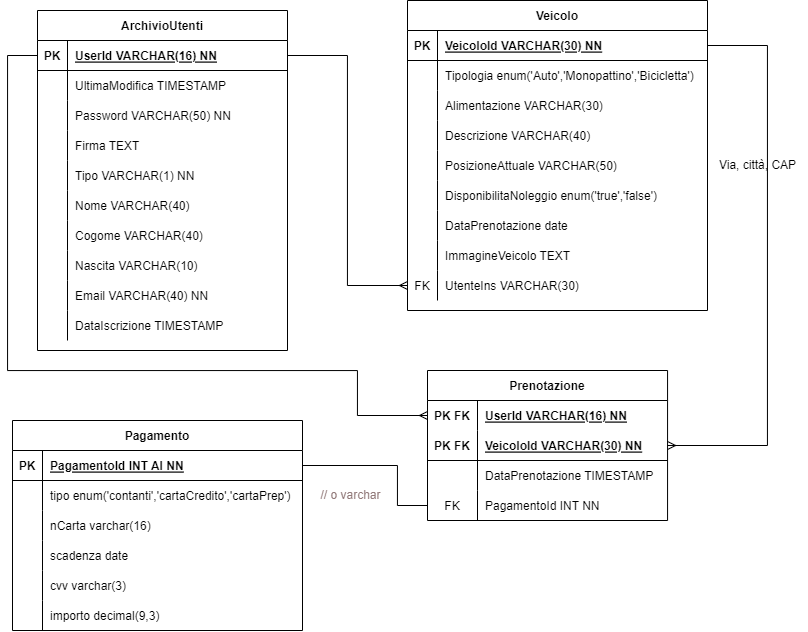
The draw.io diagram spring-vehicle_sharing/ProjectWork.drawio.png in PX-0/Vehicle_Sharing, before a commit. Source tidied: cells renumbered, new cells last; positions are measured from the earlier drawing's top-left corner, leaving out a move shared by most shapes.
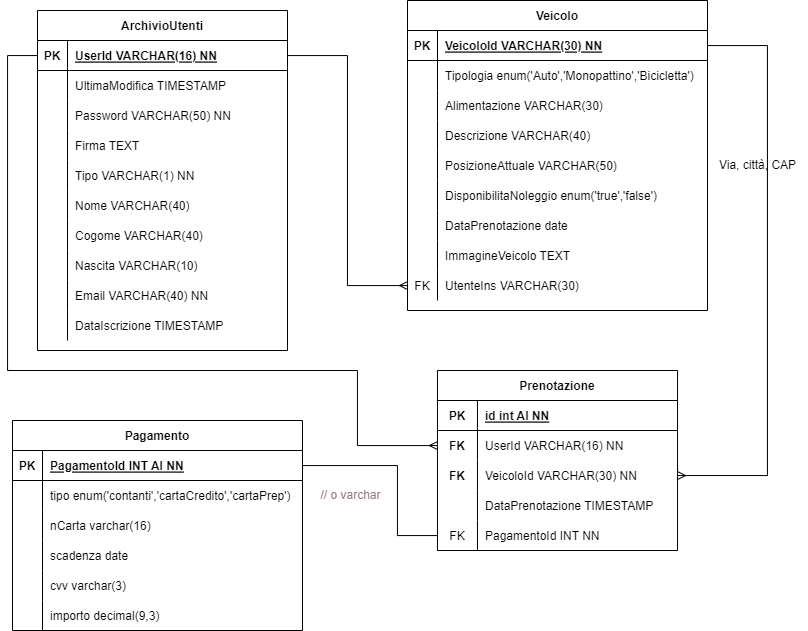
After the change.

Commit message:
dal + logico

The edit, as a diff of the source:
```diff
@@ -185,56 +185,65 @@
           <mxPoint y="55" />
           <mxPoint y="370" />
           <mxPoint x="350" y="370" />
-          <mxPoint x="350" y="415" />
+          <mxPoint x="350" y="445" />
         </Array>
       </mxGeometry>
     </mxCell>
-    <mxCell id="62" style="edgeStyle=orthogonalEdgeStyle;rounded=0;jettySize=auto;html=1;endArrow=ERmany;endFill=0;startArrow=none;" parent="1" edge="1" source="34" target="67">
+    <mxCell id="62" style="edgeStyle=orthogonalEdgeStyle;rounded=0;jettySize=auto;html=1;endArrow=ERmany;endFill=0;startArrow=none;" parent="1" edge="1" source="34" target="99">
       <mxGeometry relative="1" as="geometry">
         <Array as="points">
           <mxPoint x="760" y="45" />
-          <mxPoint x="760" y="445" />
+          <mxPoint x="760" y="475" />
         </Array>
       </mxGeometry>
     </mxCell>
     <mxCell id="63" value="Prenotazione" style="shape=table;startSize=30;rowLines=0;fontStyle=1;align=center;" parent="1" vertex="1">
-      <mxGeometry x="420" y="370" width="240.1" height="150" as="geometry" />
+      <mxGeometry x="430" y="370" width="240.1" height="180" as="geometry" />
     </mxCell>
+    <mxCell id="67" style="shape=tableRow;horizontal=0;startSize=0;swimlaneHead=0;swimlaneBody=0;fillColor=none;points=[[0,0.5],[1,0.5]];portConstraint=eastwest;top=0;left=0;right=0;bottom=1;" parent="63" vertex="1">
+      <mxGeometry y="30" width="240.1" height="30" as="geometry" />
+    </mxCell>
+    <mxCell id="68" value="PK" style="shape=partialRectangle;fillColor=none;top=0;left=0;bottom=0;right=0;fontStyle=1;overflow=hidden;" parent="67" vertex="1">
+      <mxGeometry width="40" height="30" as="geometry" />
+    </mxCell>
+    <mxCell id="69" value="id int AI NN" style="shape=partialRectangle;fillColor=none;top=0;left=0;bottom=0;right=0;align=left;spacingLeft=6;fontStyle=5;overflow=hidden;" parent="67" vertex="1">
+      <mxGeometry x="40" width="200.1" height="30" as="geometry" />
+    </mxCell>
     <mxCell id="64" style="shape=tableRow;horizontal=0;startSize=0;swimlaneHead=0;swimlaneBody=0;fillColor=none;points=[[0,0.5],[1,0.5]];portConstraint=eastwest;top=0;left=0;right=0;bottom=0;" parent="63" vertex="1">
-      <mxGeometry y="30" width="240.1" height="30" as="geometry" />
+      <mxGeometry y="60" width="240.1" height="30" as="geometry" />
     </mxCell>
-    <mxCell id="65" value="PK FK" style="shape=partialRectangle;fillColor=none;top=0;left=0;bottom=0;right=0;fontStyle=1;overflow=hidden;" parent="64" vertex="1">
-      <mxGeometry width="50" height="30" as="geometry" />
+    <mxCell id="65" value="FK" style="shape=partialRectangle;fillColor=none;top=0;left=0;bottom=0;right=0;fontStyle=1;overflow=hidden;" parent="64" vertex="1">
+      <mxGeometry width="40" height="30" as="geometry" />
     </mxCell>
-    <mxCell id="66" value="UserId VARCHAR(16) NN" style="shape=partialRectangle;fillColor=none;top=0;left=0;bottom=0;right=0;align=left;spacingLeft=6;fontStyle=5;overflow=hidden;" parent="64" vertex="1">
-      <mxGeometry x="50" width="190.1" height="30" as="geometry" />
+    <mxCell id="66" value="UserId VARCHAR(16) NN" style="shape=partialRectangle;fillColor=none;top=0;left=0;bottom=0;right=0;align=left;spacingLeft=6;fontStyle=0;overflow=hidden;" parent="64" vertex="1">
+      <mxGeometry x="40" width="200.1" height="30" as="geometry" />
     </mxCell>
-    <mxCell id="67" style="shape=tableRow;horizontal=0;startSize=0;swimlaneHead=0;swimlaneBody=0;fillColor=none;points=[[0,0.5],[1,0.5]];portConstraint=eastwest;top=0;left=0;right=0;bottom=1;" parent="63" vertex="1">
-      <mxGeometry y="60" width="240.1" height="30" as="geometry" />
-    </mxCell>
-    <mxCell id="68" value="PK FK" style="shape=partialRectangle;fillColor=none;top=0;left=0;bottom=0;right=0;fontStyle=1;overflow=hidden;" parent="67" vertex="1">
-      <mxGeometry width="50" height="30" as="geometry" />
-    </mxCell>
-    <mxCell id="69" value="VeicoloId VARCHAR(30) NN" style="shape=partialRectangle;fillColor=none;top=0;left=0;bottom=0;right=0;align=left;spacingLeft=6;fontStyle=5;overflow=hidden;" parent="67" vertex="1">
-      <mxGeometry x="50" width="190.1" height="30" as="geometry" />
-    </mxCell>
+    <mxCell id="99" style="shape=tableRow;horizontal=0;startSize=0;swimlaneHead=0;swimlaneBody=0;fillColor=none;points=[[0,0.5],[1,0.5]];portConstraint=eastwest;top=0;left=0;right=0;bottom=0;" parent="63" vertex="1">
+      <mxGeometry y="90" width="240.1" height="30" as="geometry" />
+    </mxCell>
+    <mxCell id="100" value="FK" style="shape=partialRectangle;fillColor=none;top=0;left=0;bottom=0;right=0;fontStyle=1;overflow=hidden;" parent="99" vertex="1">
+      <mxGeometry width="40" height="30" as="geometry" />
+    </mxCell>
+    <mxCell id="101" value="VeicoloId VARCHAR(30) NN" style="shape=partialRectangle;fillColor=none;top=0;left=0;bottom=0;right=0;align=left;spacingLeft=6;fontStyle=0;overflow=hidden;" parent="99" vertex="1">
+      <mxGeometry x="40" width="200.1" height="30" as="geometry" />
+    </mxCell>
     <mxCell id="70" style="shape=tableRow;horizontal=0;startSize=0;swimlaneHead=0;swimlaneBody=0;fillColor=none;top=0;left=0;right=0;bottom=0;" parent="63" vertex="1">
-      <mxGeometry y="90" width="240.1" height="30" as="geometry" />
+      <mxGeometry y="120" width="240.1" height="30" as="geometry" />
     </mxCell>
     <mxCell id="71" style="shape=partialRectangle;fillColor=none;top=0;left=0;bottom=0;right=0;overflow=hidden;" parent="70" vertex="1">
-      <mxGeometry width="50" height="30" as="geometry" />
+      <mxGeometry width="40" height="30" as="geometry" />
     </mxCell>
     <mxCell id="72" value="DataPrenotazione TIMESTAMP" style="shape=partialRectangle;fillColor=none;top=0;left=0;bottom=0;right=0;align=left;spacingLeft=6;overflow=hidden;" parent="70" vertex="1">
-      <mxGeometry x="50" width="190.1" height="30" as="geometry" />
+      <mxGeometry x="40" width="200.1" height="30" as="geometry" />
     </mxCell>
     <mxCell id="73" style="shape=tableRow;horizontal=0;startSize=0;swimlaneHead=0;swimlaneBody=0;fillColor=none;points=[[0,0.5],[1,0.5]];portConstraint=eastwest;top=0;left=0;right=0;bottom=0;" parent="63" vertex="1">
-      <mxGeometry y="120" width="240.1" height="30" as="geometry" />
+      <mxGeometry y="150" width="240.1" height="30" as="geometry" />
     </mxCell>
     <mxCell id="74" value="FK" style="shape=partialRectangle;fillColor=none;top=0;left=0;bottom=0;right=0;overflow=hidden;" parent="73" vertex="1">
-      <mxGeometry width="50" height="30" as="geometry" />
+      <mxGeometry width="40" height="30" as="geometry" />
     </mxCell>
     <mxCell id="75" value="PagamentoId INT NN" style="shape=partialRectangle;fillColor=none;top=0;left=0;bottom=0;right=0;align=left;spacingLeft=6;overflow=hidden;" parent="73" vertex="1">
-      <mxGeometry x="50" width="190.1" height="30" as="geometry" />
+      <mxGeometry x="40" width="200.1" height="30" as="geometry" />
     </mxCell>
     <mxCell id="76" style="edgeStyle=orthogonalEdgeStyle;rounded=0;jettySize=auto;html=1;endArrow=none;endFill=0;startArrow=ERmany;startFill=0;" parent="1" edge="1" source="58" target="3">
       <mxGeometry relative="1" as="geometry">
@@ -247,7 +256,7 @@
     <mxCell id="77" style="edgeStyle=orthogonalEdgeStyle;rounded=0;jettySize=auto;html=1;endArrow=none;endFill=0;startArrow=none;startFill=0;" parent="1" edge="1" source="73" target="79">
       <mxGeometry relative="1" as="geometry">
         <Array as="points">
-          <mxPoint x="390" y="505" />
+          <mxPoint x="390" y="535" />
           <mxPoint x="390" y="465" />
         </Array>
       </mxGeometry>
```
